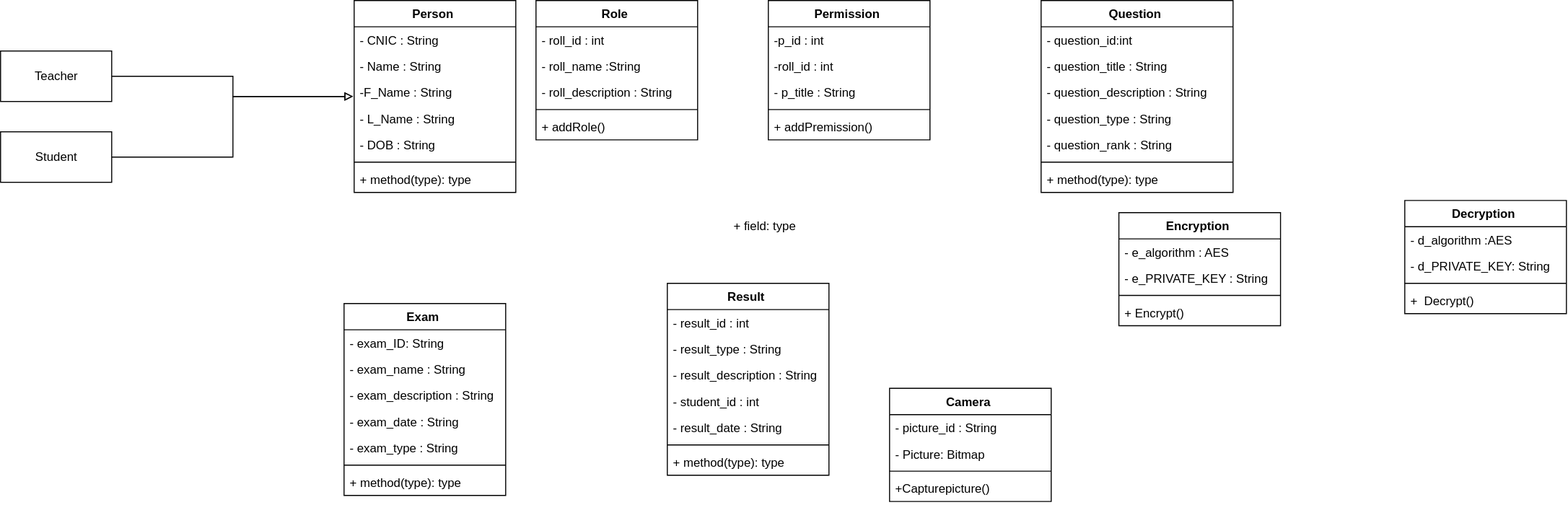
Above: Class Diagram.drawio.svg in Zaeem6100/FYP-Documents (draw.io), before the change. Source tidied: cells renumbered, new cells last; positions are measured from the earlier drawing's top-left corner, leaving out a move shared by most shapes.
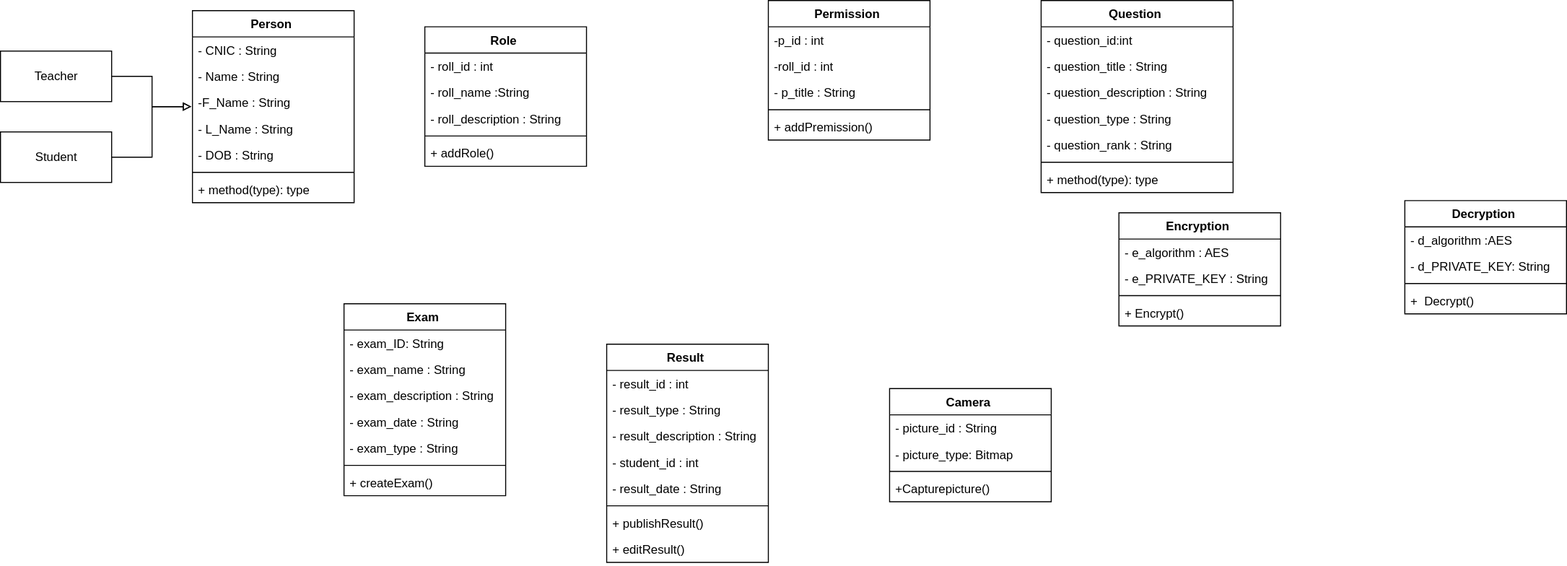
After the change.

Change to the diagram source:
```diff
@@ -2,11 +2,8 @@
   <root>
     <mxCell id="0" />
     <mxCell id="1" parent="0" />
-    <mxCell id="2" value="+ field: type" style="text;strokeColor=none;fillColor=none;align=left;verticalAlign=top;spacingLeft=4;spacingRight=4;overflow=hidden;" parent="1" vertex="1">
-      <mxGeometry x="720" y="210" width="160" height="26" as="geometry" />
-    </mxCell>
     <mxCell id="3" value="Person " style="swimlane;fontStyle=1;align=center;verticalAlign=top;horizontal=1;startSize=26;" parent="1" vertex="1">
-      <mxGeometry x="350" width="160" height="190" as="geometry" />
+      <mxGeometry x="190" y="10" width="160" height="190" as="geometry" />
     </mxCell>
     <mxCell id="4" value="- CNIC : String&#10; " style="text;strokeColor=none;fillColor=none;align=left;verticalAlign=top;spacingLeft=4;spacingRight=4;overflow=hidden;" parent="3" vertex="1">
       <mxGeometry y="26" width="160" height="26" as="geometry" />
@@ -50,7 +47,7 @@
     <mxCell id="17" style="line;strokeWidth=1;fillColor=none;align=left;verticalAlign=middle;spacingTop=-1;spacingLeft=3;spacingRight=3;labelPosition=right;" parent="11" vertex="1">
       <mxGeometry y="156" width="160" height="8" as="geometry" />
     </mxCell>
-    <mxCell id="18" value="+ method(type): type" style="text;strokeColor=none;fillColor=none;align=left;verticalAlign=top;spacingLeft=4;spacingRight=4;overflow=hidden;" parent="11" vertex="1">
+    <mxCell id="18" value="+ createExam()" style="text;strokeColor=none;fillColor=none;align=left;verticalAlign=top;spacingLeft=4;spacingRight=4;overflow=hidden;" parent="11" vertex="1">
       <mxGeometry y="164" width="160" height="26" as="geometry" />
     </mxCell>
     <mxCell id="19" value="Question " style="swimlane;fontStyle=1;align=center;verticalAlign=top;horizontal=1;startSize=26;" parent="1" vertex="1">
@@ -78,7 +75,7 @@
       <mxGeometry y="164" width="190" height="26" as="geometry" />
     </mxCell>
     <mxCell id="27" value="Result " style="swimlane;fontStyle=1;align=center;verticalAlign=top;horizontal=1;startSize=26;" parent="1" vertex="1">
-      <mxGeometry x="660" y="280" width="160" height="190" as="geometry" />
+      <mxGeometry x="600" y="340" width="160" height="216" as="geometry" />
     </mxCell>
     <mxCell id="28" value="- result_id : int " style="text;strokeColor=none;fillColor=none;align=left;verticalAlign=top;spacingLeft=4;spacingRight=4;overflow=hidden;" parent="27" vertex="1">
       <mxGeometry y="26" width="160" height="26" as="geometry" />
@@ -98,16 +95,19 @@
     <mxCell id="33" style="line;strokeWidth=1;fillColor=none;align=left;verticalAlign=middle;spacingTop=-1;spacingLeft=3;spacingRight=3;labelPosition=right;" parent="27" vertex="1">
       <mxGeometry y="156" width="160" height="8" as="geometry" />
     </mxCell>
-    <mxCell id="34" value="+ method(type): type" style="text;strokeColor=none;fillColor=none;align=left;verticalAlign=top;spacingLeft=4;spacingRight=4;overflow=hidden;" parent="27" vertex="1">
+    <mxCell id="34" value="+ publishResult()" style="text;strokeColor=none;fillColor=none;align=left;verticalAlign=top;spacingLeft=4;spacingRight=4;overflow=hidden;" parent="27" vertex="1">
       <mxGeometry y="164" width="160" height="26" as="geometry" />
     </mxCell>
+    <mxCell id="66" value="+ editResult()" style="text;strokeColor=none;fillColor=none;align=left;verticalAlign=top;spacingLeft=4;spacingRight=4;overflow=hidden;" parent="27" vertex="1">
+      <mxGeometry y="190" width="160" height="26" as="geometry" />
+    </mxCell>
     <mxCell id="35" value="Camera " style="swimlane;fontStyle=1;align=center;verticalAlign=top;horizontal=1;startSize=26;" parent="1" vertex="1">
       <mxGeometry x="880" y="384" width="160" height="112" as="geometry" />
     </mxCell>
     <mxCell id="36" value="- picture_id : String" style="text;strokeColor=none;fillColor=none;align=left;verticalAlign=top;spacingLeft=4;spacingRight=4;overflow=hidden;" parent="35" vertex="1">
       <mxGeometry y="26" width="160" height="26" as="geometry" />
     </mxCell>
-    <mxCell id="37" value="- Picture: Bitmap  " style="text;strokeColor=none;fillColor=none;align=left;verticalAlign=top;spacingLeft=4;spacingRight=4;overflow=hidden;" parent="35" vertex="1">
+    <mxCell id="37" value="- picture_type: Bitmap  " style="text;strokeColor=none;fillColor=none;align=left;verticalAlign=top;spacingLeft=4;spacingRight=4;overflow=hidden;" parent="35" vertex="1">
       <mxGeometry y="52" width="160" height="26" as="geometry" />
     </mxCell>
     <mxCell id="38" style="line;strokeWidth=1;fillColor=none;align=left;verticalAlign=middle;spacingTop=-1;spacingLeft=3;spacingRight=3;labelPosition=right;" parent="35" vertex="1">
@@ -147,7 +147,7 @@
       <mxGeometry y="86" width="160" height="26" as="geometry" />
     </mxCell>
     <mxCell id="50" value="Role " style="swimlane;fontStyle=1;align=center;verticalAlign=top;horizontal=1;startSize=26;" parent="1" vertex="1">
-      <mxGeometry x="530" width="160" height="138" as="geometry" />
+      <mxGeometry x="420" y="26" width="160" height="138" as="geometry" />
     </mxCell>
     <mxCell id="51" value="- roll_id : int" style="text;strokeColor=none;fillColor=none;align=left;verticalAlign=top;spacingLeft=4;spacingRight=4;overflow=hidden;" parent="50" vertex="1">
       <mxGeometry y="26" width="160" height="26" as="geometry" />
```
